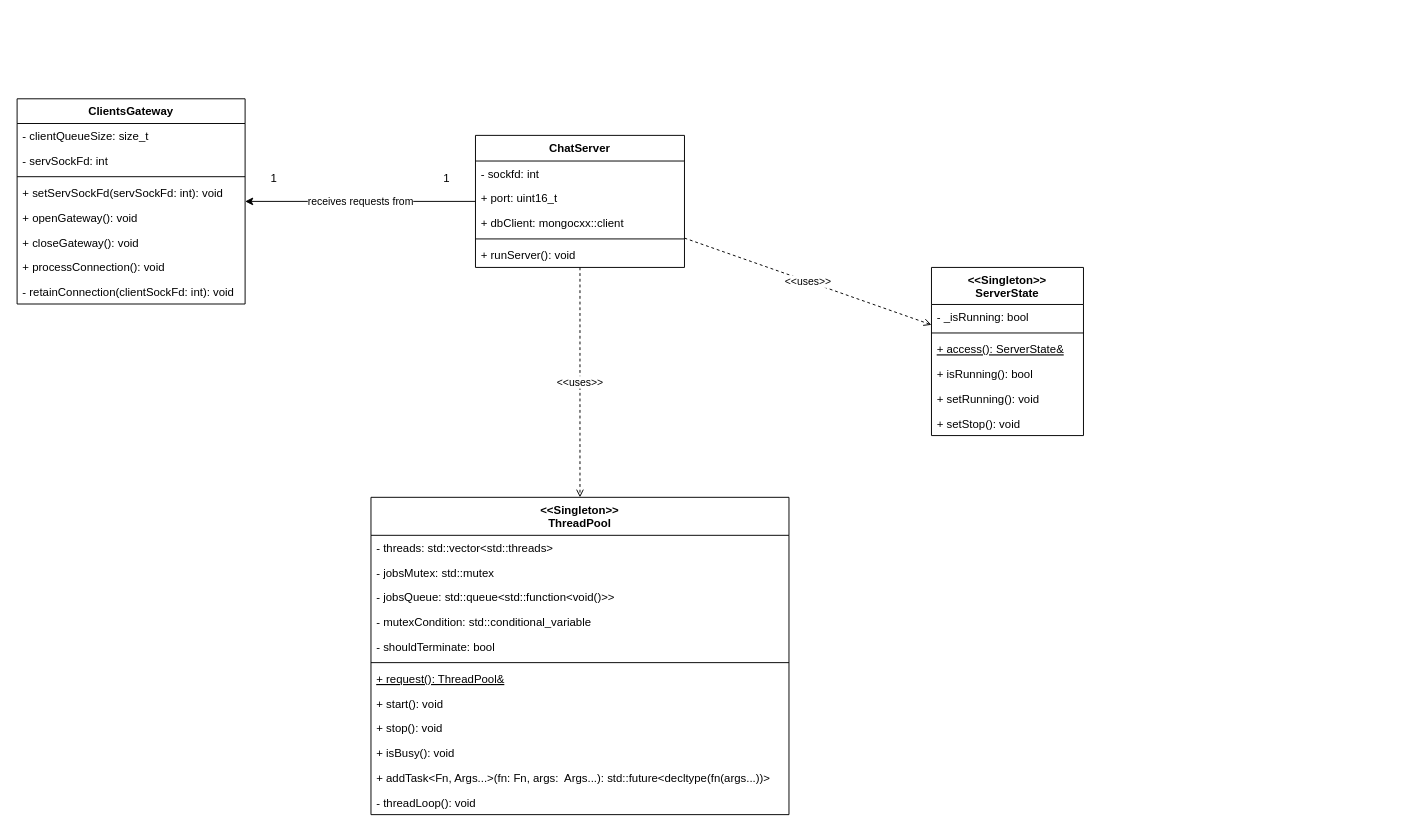
dohuyminh/chatroom-server keeps this draw.io diagram as docs/static.drawio. Above is the earlier version. Source tidied: cells renumbered, new cells numbered last; positions are measured from the earlier drawing's top-left corner, leaving out a move shared by most shapes. Both pictures are drawn from the tidied source at 95%, with x=0, y=0 at pixel (17, 98).
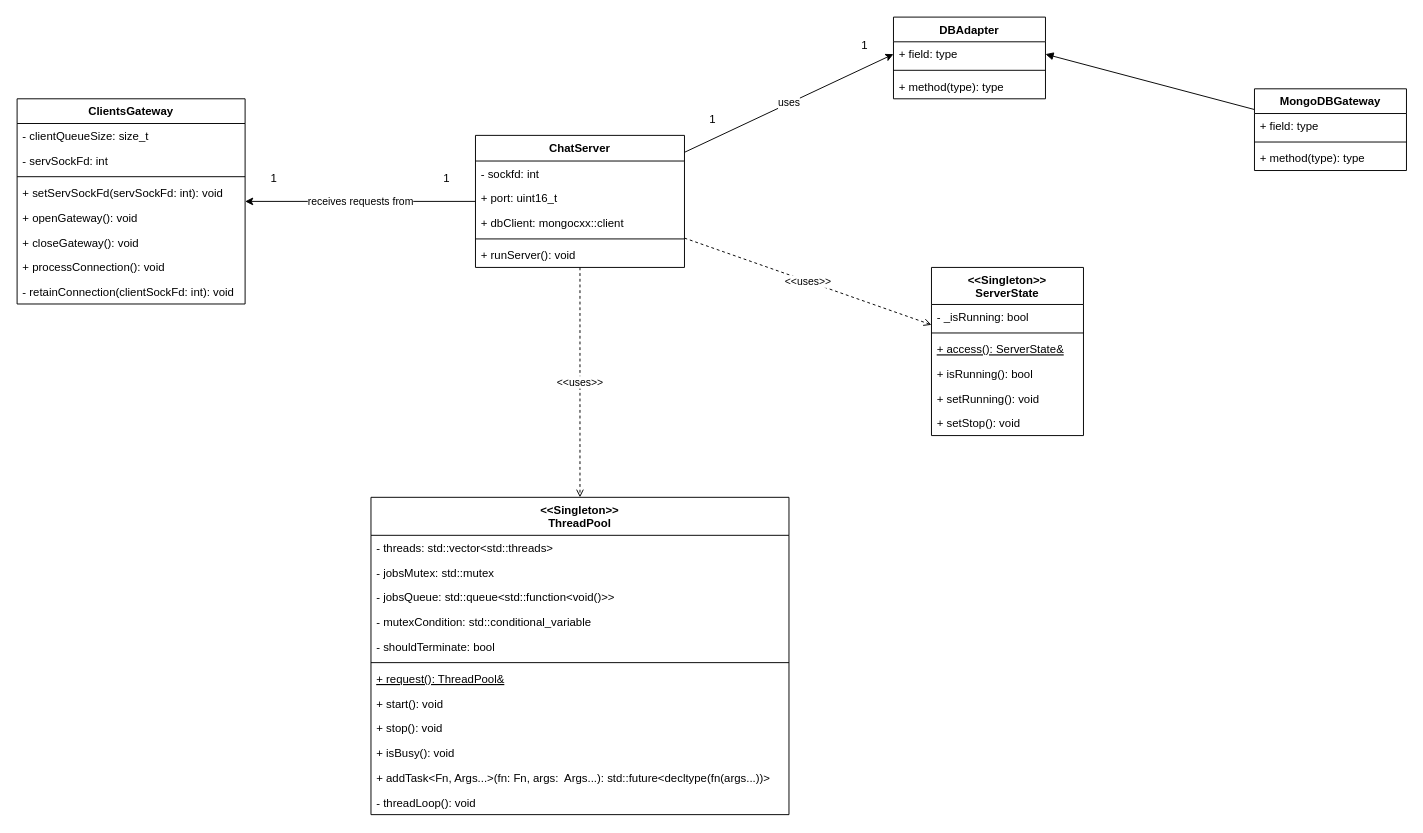
After the change.

Unchanged cells that the change refers to:
```xml
<mxCell id="5" value="ChatServer" style="swimlane;fontStyle=1;align=center;verticalAlign=top;horizontal=1;startSize=27;" parent="1" vertex="1">
  <mxGeometry x="482" y="39" width="220" height="139" as="geometry" />
</mxCell>
```

Change to the diagram source:
```diff
@@
+    <mxCell id="43" value="uses" style="edgeStyle=none;html=1;entryX=0;entryY=0.5;entryDx=0;entryDy=0;" parent="1" edge="1" source="5" target="45">
+      <mxGeometry relative="1" as="geometry" />
+    </mxCell>
@@
+    <mxCell id="44" value="DBAdapter" style="swimlane;fontStyle=1;align=center;verticalAlign=top;horizontal=1;startSize=26;" parent="1" vertex="1">
+      <mxGeometry x="922" y="-85.5" width="160" height="86" as="geometry" />
+    </mxCell>
+    <mxCell id="45" value="+ field: type" style="text;strokeColor=none;fillColor=none;align=left;verticalAlign=top;spacingLeft=4;spacingRight=4;overflow=hidden;points=[[0,0.5],[1,0.5]];portConstraint=eastwest;" parent="44" vertex="1">
+      <mxGeometry y="26" width="160" height="26" as="geometry" />
+    </mxCell>
+    <mxCell id="46" style="line;strokeWidth=1;fillColor=none;align=left;verticalAlign=middle;spacingTop=-1;spacingLeft=3;spacingRight=3;labelPosition=right;strokeColor=inherit;" parent="44" vertex="1">
+      <mxGeometry y="52" width="160" height="8" as="geometry" />
+    </mxCell>
+    <mxCell id="47" value="+ method(type): type" style="text;strokeColor=none;fillColor=none;align=left;verticalAlign=top;spacingLeft=4;spacingRight=4;overflow=hidden;" parent="44" vertex="1">
+      <mxGeometry y="60" width="160" height="26" as="geometry" />
+    </mxCell>
+    <mxCell id="48" style="edgeStyle=none;html=1;entryX=1;entryY=0.5;entryDx=0;entryDy=0;endArrow=block;endFill=1;" parent="1" edge="1" source="49" target="45">
+      <mxGeometry relative="1" as="geometry" />
+    </mxCell>
+    <mxCell id="49" value="MongoDBGateway" style="swimlane;fontStyle=1;align=center;verticalAlign=top;horizontal=1;startSize=26;" parent="1" vertex="1">
+      <mxGeometry x="1302" y="-10" width="160" height="86" as="geometry" />
+    </mxCell>
+    <mxCell id="50" value="+ field: type" style="text;strokeColor=none;fillColor=none;align=left;verticalAlign=top;spacingLeft=4;spacingRight=4;overflow=hidden;" parent="49" vertex="1">
+      <mxGeometry y="26" width="160" height="26" as="geometry" />
+    </mxCell>
+    <mxCell id="51" style="line;strokeWidth=1;fillColor=none;align=left;verticalAlign=middle;spacingTop=-1;spacingLeft=3;spacingRight=3;labelPosition=right;strokeColor=inherit;" parent="49" vertex="1">
+      <mxGeometry y="52" width="160" height="8" as="geometry" />
+    </mxCell>
+    <mxCell id="52" value="+ method(type): type" style="text;strokeColor=none;fillColor=none;align=left;verticalAlign=top;spacingLeft=4;spacingRight=4;overflow=hidden;" parent="49" vertex="1">
+      <mxGeometry y="60" width="160" height="26" as="geometry" />
+    </mxCell>
+    <mxCell id="53" value="1" style="text;html=1;strokeColor=none;fillColor=none;align=center;verticalAlign=middle;whiteSpace=wrap;rounded=0;" parent="1" vertex="1">
+      <mxGeometry x="702" y="8" width="60" height="30" as="geometry" />
+    </mxCell>
+    <mxCell id="54" value="1" style="text;html=1;strokeColor=none;fillColor=none;align=center;verticalAlign=middle;whiteSpace=wrap;rounded=0;" parent="1" vertex="1">
+      <mxGeometry x="862" y="-70" width="60" height="30" as="geometry" />
+    </mxCell>
```
